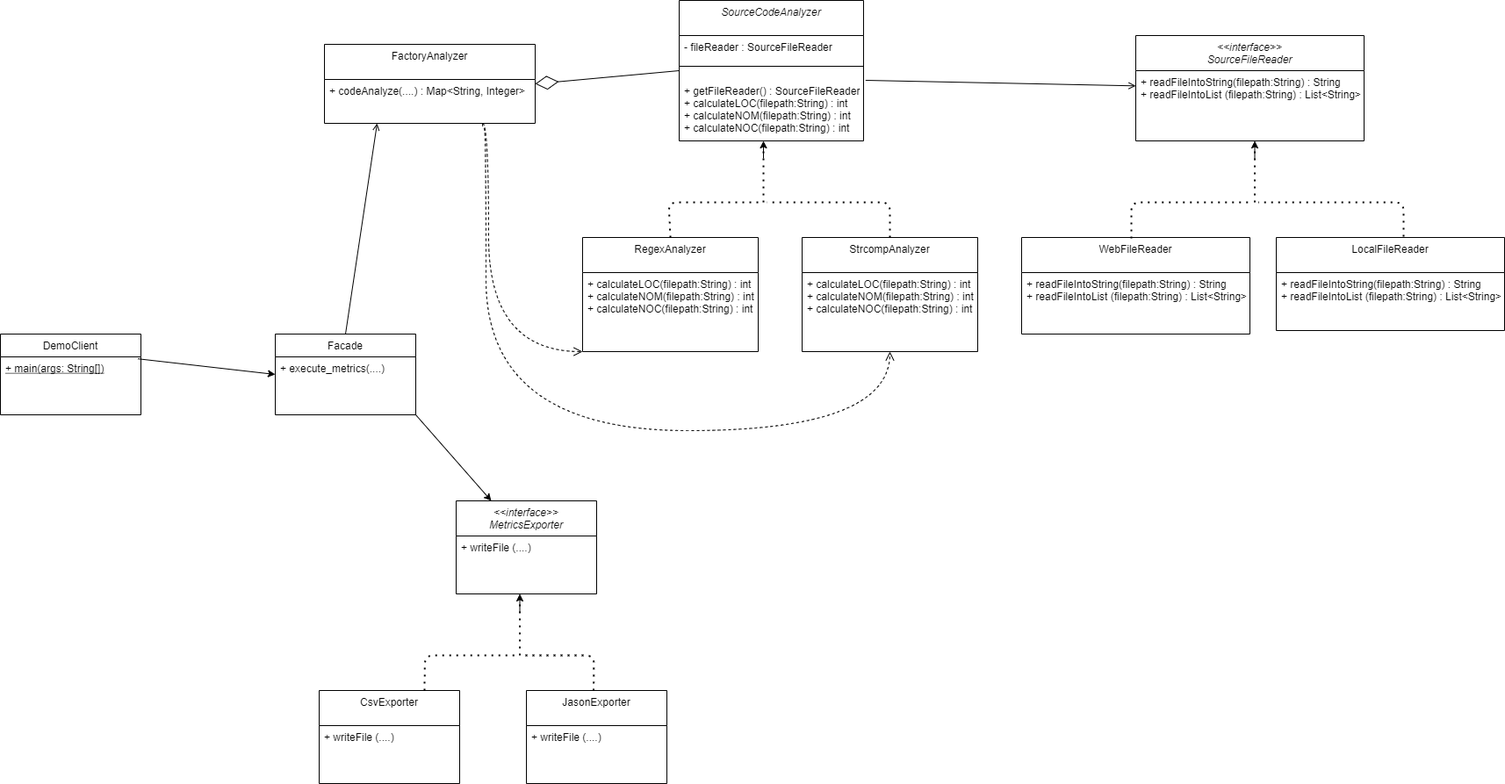
Above: sourcecodeanalyzer/media/UMLDiagram.png in stef4k/Software-Engineering-Lab-Assignments (draw.io), before the change. Source tidied: cells renumbered, new cells last; positions are measured from the earlier drawing's top-left corner, leaving out a move shared by most shapes. Its diagram source:
```xml
<mxGraphModel>
  <root>
    <mxCell id="0" />
    <mxCell id="1" parent="0" />
    <mxCell id="2" value="DemoClient" style="swimlane;fontStyle=0;align=center;verticalAlign=top;horizontal=1;startSize=26;rounded=0;shadow=0;strokeWidth=1;" parent="1" vertex="1">
      <mxGeometry y="380" width="160" height="92" as="geometry" />
    </mxCell>
    <mxCell id="3" value="+ main(args: String[])" style="text;strokeColor=none;fillColor=none;align=left;verticalAlign=top;spacingLeft=4;spacingRight=4;overflow=hidden;fontStyle=4;" parent="2" vertex="1">
      <mxGeometry y="26" width="160" height="66" as="geometry" />
    </mxCell>
    <mxCell id="4" value="&lt;&lt;interface&gt;&gt;&#10;SourceFileReader" style="swimlane;fontStyle=2;align=center;verticalAlign=top;horizontal=1;startSize=40;rounded=0;shadow=0;strokeWidth=1;" parent="1" vertex="1">
      <mxGeometry x="1293" y="40" width="260" height="120" as="geometry" />
    </mxCell>
    <mxCell id="5" value="+ readFileIntoString(filepath:String) : String&#10;+ readFileIntoList (filepath:String) : List&lt;String&gt;" style="text;strokeColor=none;fillColor=none;align=left;verticalAlign=top;spacingLeft=4;spacingRight=4;overflow=hidden;" parent="4" vertex="1">
      <mxGeometry y="40" width="260" height="66" as="geometry" />
    </mxCell>
    <mxCell id="6" style="endArrow=open;shadow=0;strokeWidth=1;rounded=0;endFill=1;elbow=vertical;exitX=1.011;exitY=0.015;exitDx=0;exitDy=0;exitPerimeter=0;" parent="1" edge="1" source="12" target="4">
      <mxGeometry x="0.5" y="41" relative="1" as="geometry">
        <mxPoint x="-40" y="32" as="offset" />
      </mxGeometry>
    </mxCell>
    <mxCell id="7" value="&lt;&lt;interface&gt;&gt;&#10;MetricsExporter" style="swimlane;fontStyle=2;align=center;verticalAlign=top;horizontal=1;startSize=40;rounded=0;shadow=0;strokeWidth=1;" parent="1" vertex="1">
      <mxGeometry x="519" y="570" width="160" height="106" as="geometry" />
    </mxCell>
    <mxCell id="8" value="+ writeFile (....)" style="text;strokeColor=none;fillColor=none;align=left;verticalAlign=top;spacingLeft=4;spacingRight=4;overflow=hidden;" parent="7" vertex="1">
      <mxGeometry y="40" width="160" height="66" as="geometry" />
    </mxCell>
    <mxCell id="9" value="SourceCodeAnalyzer" style="swimlane;fontStyle=2;align=center;verticalAlign=top;horizontal=1;startSize=40;rounded=0;shadow=0;strokeWidth=1;" parent="1" vertex="1">
      <mxGeometry x="773" width="210" height="160" as="geometry" />
    </mxCell>
    <mxCell id="10" value="- fileReader : SourceFileReader" style="text;strokeColor=none;fillColor=none;align=left;verticalAlign=top;spacingLeft=4;spacingRight=4;overflow=hidden;" parent="9" vertex="1">
      <mxGeometry y="40" width="210" height="20" as="geometry" />
    </mxCell>
    <mxCell id="11" style="line;html=1;strokeWidth=1;align=left;verticalAlign=middle;spacingTop=-1;spacingLeft=3;spacingRight=3;labelPosition=right;" parent="9" vertex="1">
      <mxGeometry y="60" width="210" height="30" as="geometry" />
    </mxCell>
    <mxCell id="12" value="+ getFileReader() : SourceFileReader&#10;+ calculateLOC(filepath:String) : int&#10;+ calculateNOM(filepath:String) : int&#10;+ calculateNOC(filepath:String) : int" style="text;strokeColor=none;fillColor=none;align=left;verticalAlign=top;spacingLeft=4;spacingRight=4;overflow=hidden;points=[[0,0.5],[1,0.5]];portConstraint=eastwest;" parent="9" vertex="1">
      <mxGeometry y="90" width="210" height="66" as="geometry" />
    </mxCell>
    <mxCell id="13" value="Facade" style="swimlane;fontStyle=0;align=center;verticalAlign=top;horizontal=1;startSize=26;rounded=0;shadow=0;strokeWidth=1;" parent="1" vertex="1">
      <mxGeometry x="313" y="380" width="160" height="92" as="geometry" />
    </mxCell>
    <mxCell id="14" value="+ execute_metrics(....) " style="text;strokeColor=none;fillColor=none;align=left;verticalAlign=top;spacingLeft=4;spacingRight=4;overflow=hidden;" parent="13" vertex="1">
      <mxGeometry y="26" width="160" height="66" as="geometry" />
    </mxCell>
    <mxCell id="15" style="endArrow=classic;html=1;exitX=0.978;exitY=0.275;exitDx=0;exitDy=0;exitPerimeter=0;entryX=0;entryY=0.5;entryDx=0;entryDy=0;" parent="1" edge="1" target="13">
      <mxGeometry relative="1" as="geometry">
        <mxPoint x="156.5" y="408.2" as="sourcePoint" />
      </mxGeometry>
    </mxCell>
    <mxCell id="16" style="endArrow=classic;html=1;exitX=1;exitY=1;exitDx=0;exitDy=0;entryX=0.25;entryY=0;entryDx=0;entryDy=0;" parent="1" edge="1" source="13" target="7">
      <mxGeometry relative="1" as="geometry" />
    </mxCell>
    <mxCell id="17" style="endArrow=open;shadow=0;strokeWidth=1;rounded=0;endFill=1;elbow=vertical;exitX=0.5;exitY=0;exitDx=0;exitDy=0;entryX=0.25;entryY=1;entryDx=0;entryDy=0;" parent="1" edge="1" source="13" target="34">
      <mxGeometry x="0.5" y="41" relative="1" as="geometry">
        <mxPoint x="-40" y="32" as="offset" />
      </mxGeometry>
    </mxCell>
    <mxCell id="18" value="CsvExporter" style="swimlane;fontStyle=0;align=center;verticalAlign=top;horizontal=1;startSize=40;rounded=0;shadow=0;strokeWidth=1;" parent="1" vertex="1">
      <mxGeometry x="363" y="786" width="160" height="106" as="geometry" />
    </mxCell>
    <mxCell id="19" value="+ writeFile (....)" style="text;strokeColor=none;fillColor=none;align=left;verticalAlign=top;spacingLeft=4;spacingRight=4;overflow=hidden;" parent="18" vertex="1">
      <mxGeometry y="40" width="160" height="50" as="geometry" />
    </mxCell>
    <mxCell id="20" value="JasonExporter" style="swimlane;fontStyle=0;align=center;verticalAlign=top;horizontal=1;startSize=40;rounded=0;shadow=0;strokeWidth=1;" parent="1" vertex="1">
      <mxGeometry x="599" y="786" width="160" height="106" as="geometry" />
    </mxCell>
    <mxCell id="21" value="+ writeFile (....)" style="text;strokeColor=none;fillColor=none;align=left;verticalAlign=top;spacingLeft=4;spacingRight=4;overflow=hidden;" parent="20" vertex="1">
      <mxGeometry y="40" width="160" height="50" as="geometry" />
    </mxCell>
    <mxCell id="22" style="edgeStyle=none;rounded=0;orthogonalLoop=1;jettySize=auto;html=1;exitX=0.75;exitY=0;exitDx=0;exitDy=0;" parent="1" edge="1" source="18" target="18">
      <mxGeometry relative="1" as="geometry" />
    </mxCell>
    <mxCell id="23" value="WebFileReader" style="swimlane;fontStyle=0;align=center;verticalAlign=top;horizontal=1;startSize=40;rounded=0;shadow=0;strokeWidth=1;" parent="1" vertex="1">
      <mxGeometry x="1163" y="270" width="260" height="110" as="geometry" />
    </mxCell>
    <mxCell id="24" value="+ readFileIntoString(filepath:String) : String&#10;+ readFileIntoList (filepath:String) : List&lt;String&gt;" style="text;strokeColor=none;fillColor=none;align=left;verticalAlign=top;spacingLeft=4;spacingRight=4;overflow=hidden;" parent="23" vertex="1">
      <mxGeometry y="40" width="260" height="66" as="geometry" />
    </mxCell>
    <mxCell id="25" value="LocalFileReader" style="swimlane;fontStyle=0;align=center;verticalAlign=top;horizontal=1;startSize=40;rounded=0;shadow=0;strokeWidth=1;" parent="1" vertex="1">
      <mxGeometry x="1453" y="270" width="260" height="106" as="geometry" />
    </mxCell>
    <mxCell id="26" value="+ readFileIntoString(filepath:String) : String&#10;+ readFileIntoList (filepath:String) : List&lt;String&gt;" style="text;strokeColor=none;fillColor=none;align=left;verticalAlign=top;spacingLeft=4;spacingRight=4;overflow=hidden;" parent="25" vertex="1">
      <mxGeometry y="40" width="260" height="66" as="geometry" />
    </mxCell>
    <mxCell id="27" style="endArrow=none;dashed=1;html=1;dashPattern=1 3;strokeWidth=2;entryX=0.5;entryY=1;entryDx=0;entryDy=0;" parent="1" edge="1">
      <mxGeometry relative="1" as="geometry">
        <mxPoint x="869" y="230" as="sourcePoint" />
        <mxPoint x="869" y="160" as="targetPoint" />
      </mxGeometry>
    </mxCell>
    <mxCell id="28" value="RegexAnalyzer" style="swimlane;fontStyle=0;align=center;verticalAlign=top;horizontal=1;startSize=40;rounded=0;shadow=0;strokeWidth=1;" parent="1" vertex="1">
      <mxGeometry x="663" y="270" width="200" height="130" as="geometry" />
    </mxCell>
    <mxCell id="29" value="+ calculateLOC(filepath:String) : int&#10;+ calculateNOM(filepath:String) : int&#10;+ calculateNOC(filepath:String) : int" style="text;strokeColor=none;fillColor=none;align=left;verticalAlign=top;spacingLeft=4;spacingRight=4;overflow=hidden;" parent="28" vertex="1">
      <mxGeometry y="40" width="200" height="66" as="geometry" />
    </mxCell>
    <mxCell id="30" value="StrcompAnalyzer" style="swimlane;fontStyle=0;align=center;verticalAlign=top;horizontal=1;startSize=40;rounded=0;shadow=0;strokeWidth=1;" parent="1" vertex="1">
      <mxGeometry x="913" y="270" width="200" height="130" as="geometry" />
    </mxCell>
    <mxCell id="31" value="+ calculateLOC(filepath:String) : int&#10;+ calculateNOM(filepath:String) : int&#10;+ calculateNOC(filepath:String) : int" style="text;strokeColor=none;fillColor=none;align=left;verticalAlign=top;spacingLeft=4;spacingRight=4;overflow=hidden;" parent="30" vertex="1">
      <mxGeometry y="40" width="200" height="66" as="geometry" />
    </mxCell>
    <mxCell id="32" style="endArrow=none;dashed=1;html=1;dashPattern=1 3;strokeWidth=2;exitX=0.5;exitY=0;exitDx=0;exitDy=0;" parent="1" edge="1" source="28">
      <mxGeometry relative="1" as="geometry">
        <mxPoint x="863" y="230" as="targetPoint" />
        <Array as="points">
          <mxPoint x="761" y="230" />
        </Array>
      </mxGeometry>
    </mxCell>
    <mxCell id="33" style="endArrow=classic;html=1;" parent="1" edge="1">
      <mxGeometry relative="1" as="geometry">
        <mxPoint x="869" y="180" as="sourcePoint" />
        <mxPoint x="869" y="160" as="targetPoint" />
      </mxGeometry>
    </mxCell>
    <mxCell id="34" value="FactoryAnalyzer" style="swimlane;fontStyle=0;align=center;verticalAlign=top;horizontal=1;startSize=40;rounded=0;shadow=0;strokeWidth=1;" parent="1" vertex="1">
      <mxGeometry x="369" y="50" width="240" height="90" as="geometry" />
    </mxCell>
    <mxCell id="35" value="+ codeAnalyze(....) : Map&lt;String, Integer&gt;" style="text;strokeColor=none;fillColor=none;align=left;verticalAlign=top;spacingLeft=4;spacingRight=4;overflow=hidden;" parent="34" vertex="1">
      <mxGeometry y="40" width="240" height="50" as="geometry" />
    </mxCell>
    <mxCell id="36" style="endArrow=diamondThin;endFill=0;endSize=24;html=1;entryX=1;entryY=0.5;entryDx=0;entryDy=0;exitX=0;exitY=0.5;exitDx=0;exitDy=0;" parent="1" edge="1" source="9" target="34">
      <mxGeometry relative="1" as="geometry" />
    </mxCell>
    <mxCell id="37" style="html=1;verticalAlign=bottom;endArrow=open;dashed=1;endSize=8;exitX=0.75;exitY=1;exitDx=0;exitDy=0;edgeStyle=orthogonalEdgeStyle;curved=1;" parent="1" edge="1" source="34">
      <mxGeometry relative="1" as="geometry">
        <mxPoint x="663" y="400" as="targetPoint" />
        <Array as="points">
          <mxPoint x="556" y="400" />
        </Array>
      </mxGeometry>
    </mxCell>
    <mxCell id="38" style="html=1;verticalAlign=bottom;endArrow=open;dashed=1;endSize=8;exitX=0.75;exitY=1;exitDx=0;exitDy=0;entryX=0.5;entryY=1;entryDx=0;entryDy=0;edgeStyle=orthogonalEdgeStyle;curved=1;" parent="1" edge="1" source="34" target="30">
      <mxGeometry x="0.08" y="38" relative="1" as="geometry">
        <Array as="points">
          <mxPoint x="553" y="146" />
          <mxPoint x="553" y="490" />
          <mxPoint x="1013" y="490" />
        </Array>
      </mxGeometry>
    </mxCell>
    <mxCell id="39" style="endArrow=none;dashed=1;html=1;dashPattern=1 3;strokeWidth=2;exitX=0.5;exitY=0;exitDx=0;exitDy=0;" parent="1" edge="1" source="30">
      <mxGeometry relative="1" as="geometry">
        <mxPoint x="873" y="230" as="targetPoint" />
        <Array as="points">
          <mxPoint x="1013" y="230" />
        </Array>
      </mxGeometry>
    </mxCell>
    <mxCell id="40" style="endArrow=none;dashed=1;html=1;dashPattern=1 3;strokeWidth=2;entryX=0.5;entryY=1;entryDx=0;entryDy=0;" parent="1" edge="1">
      <mxGeometry relative="1" as="geometry">
        <mxPoint x="1428.5" y="230" as="sourcePoint" />
        <mxPoint x="1428.5" y="160" as="targetPoint" />
      </mxGeometry>
    </mxCell>
    <mxCell id="41" style="endArrow=none;dashed=1;html=1;dashPattern=1 3;strokeWidth=2;" parent="1" edge="1">
      <mxGeometry relative="1" as="geometry">
        <mxPoint x="1288" y="271" as="sourcePoint" />
        <mxPoint x="1422.5" y="230" as="targetPoint" />
        <Array as="points">
          <mxPoint x="1288" y="230" />
        </Array>
      </mxGeometry>
    </mxCell>
    <mxCell id="42" style="endArrow=classic;html=1;" parent="1" edge="1">
      <mxGeometry relative="1" as="geometry">
        <mxPoint x="1428.5" y="180" as="sourcePoint" />
        <mxPoint x="1428.5" y="160" as="targetPoint" />
        <Array as="points">
          <mxPoint x="1428" y="180" />
        </Array>
      </mxGeometry>
    </mxCell>
    <mxCell id="43" style="endArrow=none;dashed=1;html=1;dashPattern=1 3;strokeWidth=2;" parent="1" edge="1">
      <mxGeometry relative="1" as="geometry">
        <mxPoint x="1598" y="269" as="sourcePoint" />
        <mxPoint x="1432.5" y="230" as="targetPoint" />
        <Array as="points">
          <mxPoint x="1598" y="230" />
        </Array>
      </mxGeometry>
    </mxCell>
    <mxCell id="44" style="endArrow=none;dashed=1;html=1;dashPattern=1 3;strokeWidth=2;entryX=0.5;entryY=1;entryDx=0;entryDy=0;" parent="1" edge="1">
      <mxGeometry relative="1" as="geometry">
        <mxPoint x="591.5" y="746" as="sourcePoint" />
        <mxPoint x="591.5" y="676" as="targetPoint" />
      </mxGeometry>
    </mxCell>
    <mxCell id="45" style="endArrow=none;dashed=1;html=1;dashPattern=1 3;strokeWidth=2;exitX=0.75;exitY=0;exitDx=0;exitDy=0;" parent="1" edge="1">
      <mxGeometry relative="1" as="geometry">
        <mxPoint x="483" y="786" as="sourcePoint" />
        <mxPoint x="585.5" y="746" as="targetPoint" />
        <Array as="points">
          <mxPoint x="483.5" y="746" />
        </Array>
      </mxGeometry>
    </mxCell>
    <mxCell id="46" style="endArrow=classic;html=1;" parent="1" edge="1">
      <mxGeometry relative="1" as="geometry">
        <mxPoint x="591.5" y="696" as="sourcePoint" />
        <mxPoint x="591.5" y="676" as="targetPoint" />
      </mxGeometry>
    </mxCell>
    <mxCell id="47" style="endArrow=none;dashed=1;html=1;dashPattern=1 3;strokeWidth=2;exitX=0.75;exitY=0;exitDx=0;exitDy=0;" parent="1" edge="1">
      <mxGeometry relative="1" as="geometry">
        <mxPoint x="675.5" y="786" as="sourcePoint" />
        <mxPoint x="595.5" y="746" as="targetPoint" />
        <Array as="points">
          <mxPoint x="676" y="746" />
        </Array>
      </mxGeometry>
    </mxCell>
  </root>
</mxGraphModel>
```
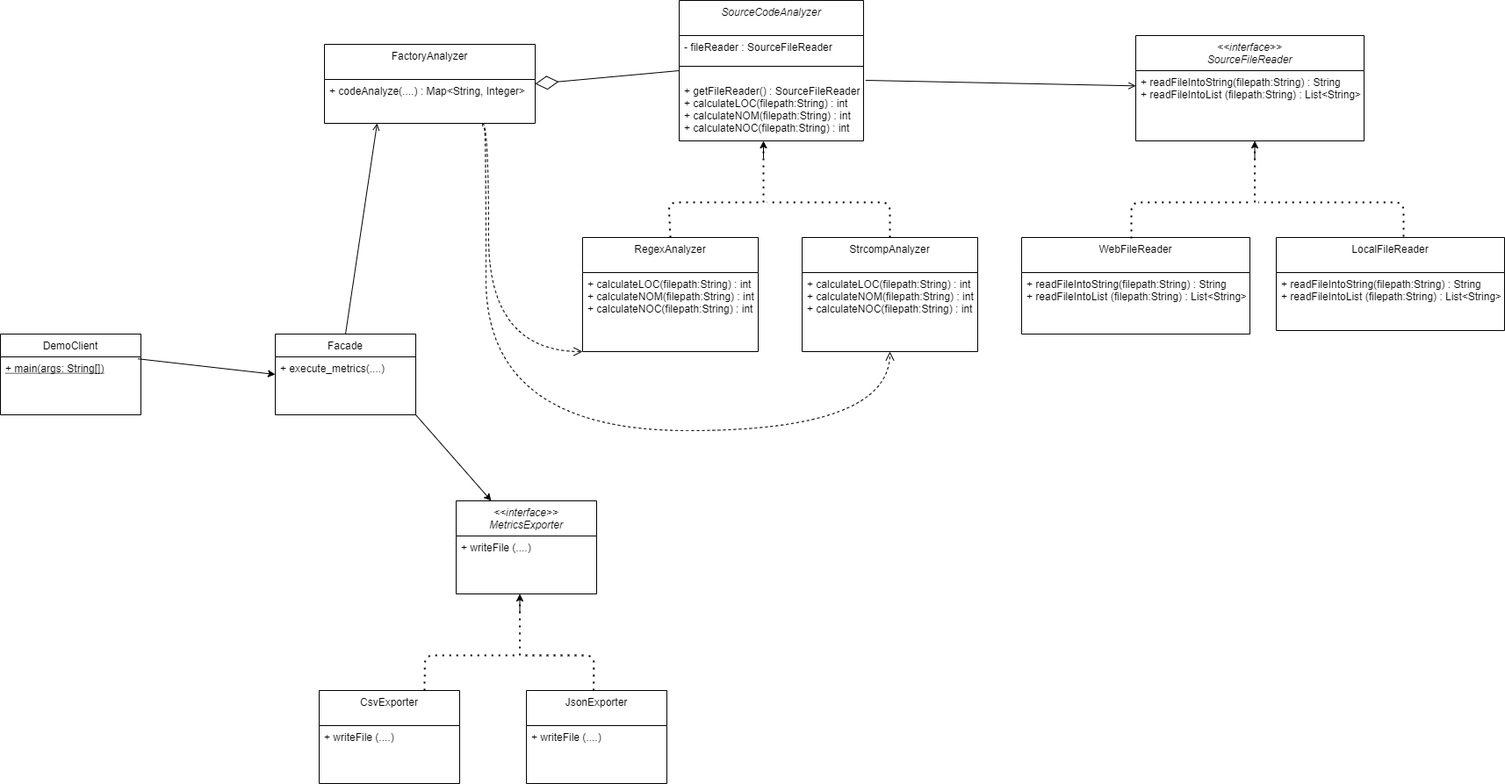
Later version of the same file.

Commit message:
Update UML diagram png

The edit, as a diff of the source:
```diff
@@ -62,7 +62,7 @@
     <mxCell id="19" value="+ writeFile (....)" style="text;strokeColor=none;fillColor=none;align=left;verticalAlign=top;spacingLeft=4;spacingRight=4;overflow=hidden;" parent="18" vertex="1">
       <mxGeometry y="40" width="160" height="50" as="geometry" />
     </mxCell>
-    <mxCell id="20" value="JasonExporter" style="swimlane;fontStyle=0;align=center;verticalAlign=top;horizontal=1;startSize=40;rounded=0;shadow=0;strokeWidth=1;" parent="1" vertex="1">
+    <mxCell id="20" value="JsonExporter" style="swimlane;fontStyle=0;align=center;verticalAlign=top;horizontal=1;startSize=40;rounded=0;shadow=0;strokeWidth=1;" parent="1" vertex="1">
       <mxGeometry x="599" y="786" width="160" height="106" as="geometry" />
     </mxCell>
     <mxCell id="21" value="+ writeFile (....)" style="text;strokeColor=none;fillColor=none;align=left;verticalAlign=top;spacingLeft=4;spacingRight=4;overflow=hidden;" parent="20" vertex="1">
```
